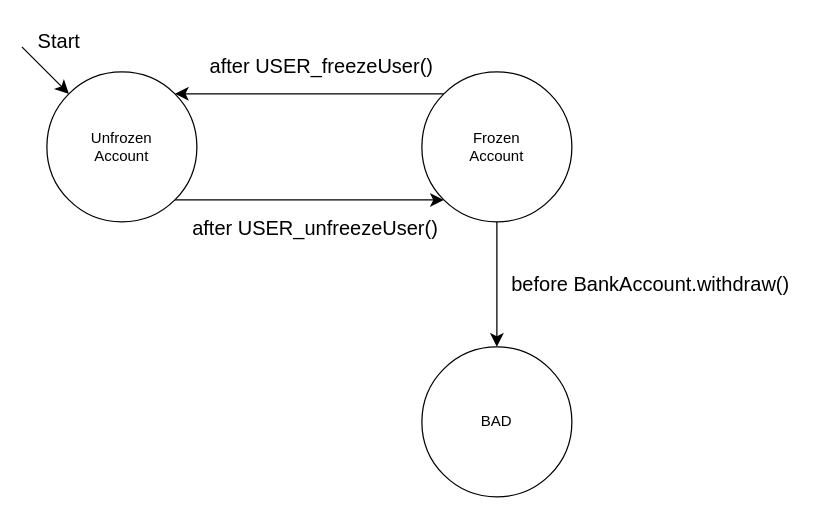
This is documentation/partAAutomaton.svg.drawio from jdc-asdf/CPS3233, a draw.io file, before an edit. Source tidied: cells renumbered, new cells numbered last; positions are measured from the earlier drawing's top-left corner, leaving out a move shared by most shapes. Both pictures are drawn from the tidied source at 125%, with x=0, y=0 at pixel (21, 21).
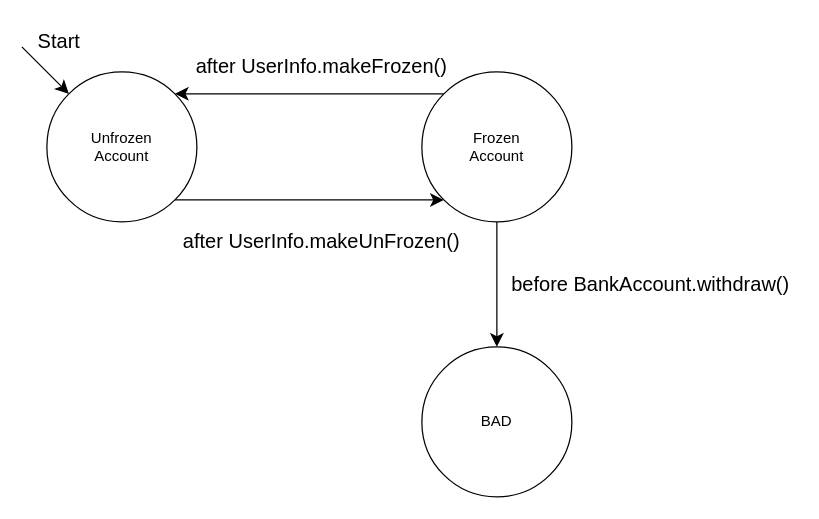
The same page after the edit.

The edit, as a diff of the source:
```diff
@@
 <mxGraphModel>
   <root>
     <mxCell id="0" />
     <mxCell id="1" parent="0" />
     <mxCell id="2" style="edgeStyle=none;curved=1;rounded=0;curveGeometry=1;jettySize=auto;html=1;exitX=1;exitY=1;exitDx=0;exitDy=0;entryX=0;entryY=1;entryDx=0;entryDy=0;fontSize=12;defaultLabelBackgroundColor=page;labelPadding=0 4;startSize=8;endSize=8;" parent="1" edge="1" source="3" target="8">
       <mxGeometry relative="1" as="geometry" />
     </mxCell>
     <mxCell id="3" value="Unfrozen&lt;div&gt;Account&lt;/div&gt;" style="ellipse;whiteSpace=wrap;html=1;shapeInside=1;" parent="1" vertex="1">
       <mxGeometry x="20" y="40" width="120" height="120" as="geometry" />
     </mxCell>
     <mxCell id="4" style="endArrow=classic;html=1;rounded=0;fontSize=12;defaultLabelBackgroundColor=page;labelPadding=0 4;startSize=8;endSize=8;curved=1;entryX=0;entryY=0;entryDx=0;entryDy=0;" parent="1" edge="1" target="3">
       <mxGeometry relative="1" as="geometry">
         <mxPoint y="20" as="sourcePoint" />
       </mxGeometry>
     </mxCell>
     <mxCell id="5" value="Start" style="text;html=1;whiteSpace=wrap;strokeColor=none;fillColor=none;align=center;verticalAlign=middle;rounded=0;fontSize=16;" parent="1" vertex="1">
       <mxGeometry width="60" height="30" as="geometry" />
     </mxCell>
     <mxCell id="6" style="edgeStyle=none;curved=1;rounded=0;curveGeometry=1;jettySize=auto;html=1;exitX=0;exitY=0;exitDx=0;exitDy=0;entryX=1;entryY=0;entryDx=0;entryDy=0;fontSize=12;defaultLabelBackgroundColor=page;labelPadding=0 4;startSize=8;endSize=8;" parent="1" edge="1" source="8" target="3">
       <mxGeometry relative="1" as="geometry" />
     </mxCell>
     <mxCell id="7" style="edgeStyle=none;curved=1;rounded=0;curveGeometry=1;jettySize=auto;html=1;fontSize=12;defaultLabelBackgroundColor=page;labelPadding=0 4;startSize=8;endSize=8;" parent="1" edge="1" source="8" target="9">
       <mxGeometry relative="1" as="geometry" />
     </mxCell>
     <mxCell id="8" value="Frozen&lt;div&gt;Account&lt;/div&gt;" style="ellipse;whiteSpace=wrap;html=1;shapeInside=1;" parent="1" vertex="1">
       <mxGeometry x="320" y="40" width="120" height="120" as="geometry" />
     </mxCell>
     <mxCell id="9" value="BAD" style="ellipse;whiteSpace=wrap;html=1;shapeInside=1;" parent="1" vertex="1">
       <mxGeometry x="320" y="260" width="120" height="120" as="geometry" />
     </mxCell>
-    <mxCell id="10" value="after USER_freezeUser()" style="text;html=1;whiteSpace=wrap;strokeColor=none;fillColor=none;align=center;verticalAlign=middle;rounded=0;fontSize=16;" parent="1" vertex="1">
+    <mxCell id="10" value="after UserInfo.makeFrozen()" style="text;html=1;whiteSpace=wrap;strokeColor=none;fillColor=none;align=center;verticalAlign=middle;rounded=0;fontSize=16;" parent="1" vertex="1">
       <mxGeometry x="135" y="20" width="210" height="30" as="geometry" />
     </mxCell>
-    <mxCell id="11" value="&lt;div&gt;after USER_unfreezeUser()&lt;/div&gt;" style="text;html=1;whiteSpace=wrap;strokeColor=none;fillColor=none;align=center;verticalAlign=middle;rounded=0;fontSize=16;" parent="1" vertex="1">
-      <mxGeometry x="130" y="150" width="210" height="30" as="geometry" />
+    <mxCell id="11" value="&lt;div&gt;after UserInfo.makeUnFrozen()&lt;/div&gt;" style="text;html=1;whiteSpace=wrap;strokeColor=none;fillColor=none;align=center;verticalAlign=middle;rounded=0;fontSize=16;" parent="1" vertex="1">
+      <mxGeometry x="120" y="160" width="240" height="30" as="geometry" />
     </mxCell>
     <mxCell id="12" value="before BankAccount.withdraw()" style="text;html=1;whiteSpace=wrap;strokeColor=none;fillColor=none;align=left;verticalAlign=middle;rounded=0;fontSize=16;" parent="1" vertex="1">
       <mxGeometry x="390" y="195" width="230" height="30" as="geometry" />
     </mxCell>
   </root>
 </mxGraphModel>
```
